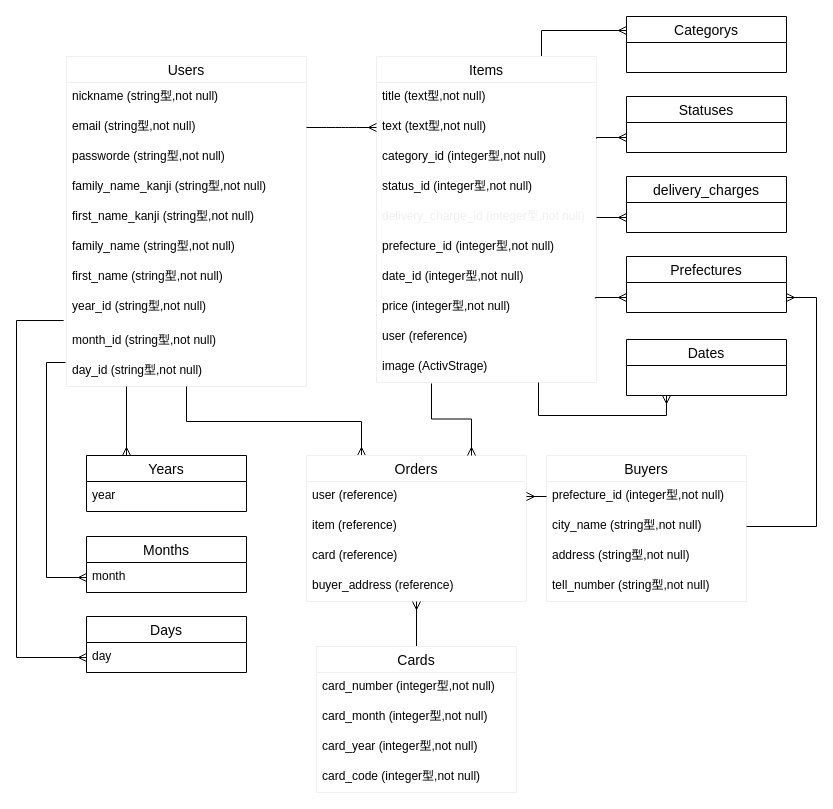
Earlier version of the draw.io diagram furima.dio (atsu-s/furima-35579). Source tidied: cells renumbered, new cells numbered last; positions are measured from the earlier drawing's top-left corner, leaving out a move shared by most shapes. Both pictures are drawn from the tidied source at 100%, with x=0, y=0 at pixel (16, 16).
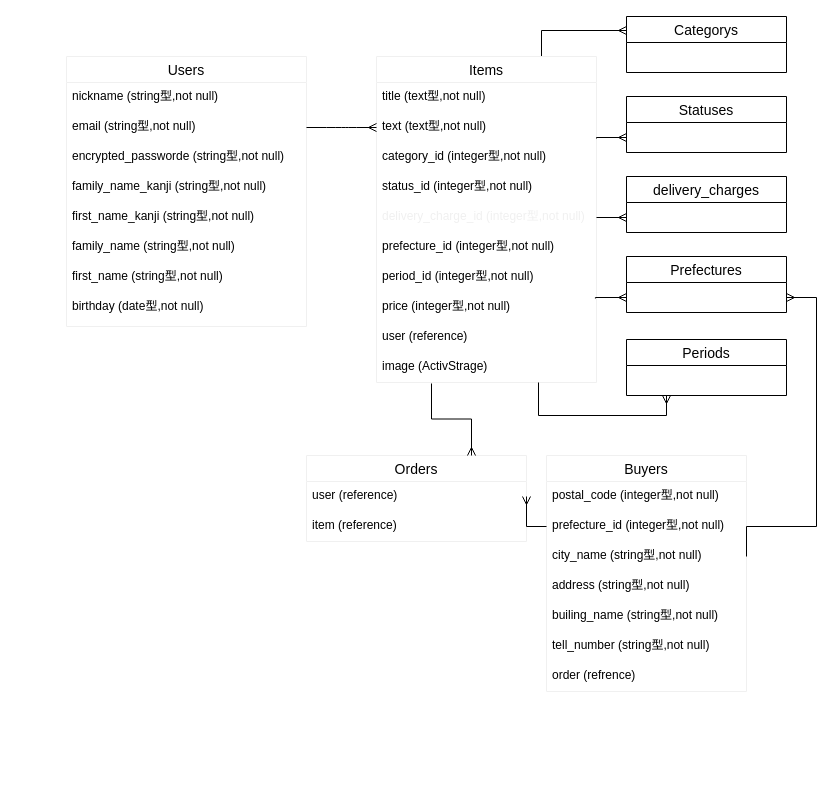
Above is the later version.

Unchanged cells that the change refers to:
```xml
<mxCell id="14" value="Items" style="swimlane;fontStyle=0;horizontal=1;startSize=26;align=center;fontSize=14;strokeColor=#f0f0f0;" parent="1" vertex="1">
  <mxGeometry x="360" y="40" width="220" height="326" as="geometry" />
</mxCell>
```

What changed in the source:
```diff
@@
     <mxCell id="2" value="Users" style="swimlane;fontStyle=0;horizontal=1;startSize=26;align=center;fontSize=14;strokeColor=#f0f0f0;" parent="1" vertex="1">
-      <mxGeometry x="50" y="40" width="240" height="330" as="geometry" />
+      <mxGeometry x="50" y="40" width="240" height="270" as="geometry" />
     </mxCell>
@@
-    <mxCell id="5" value="passworde (string型,not null)" style="text;fillColor=none;spacingLeft=4;spacingRight=4;overflow=hidden;fontSize=12;" parent="2" vertex="1">
+    <mxCell id="5" value="encrypted_passworde (string型,not null)" style="text;fillColor=none;spacingLeft=4;spacingRight=4;overflow=hidden;fontSize=12;" parent="2" vertex="1">
       <mxGeometry y="86" width="240" height="30" as="geometry" />
     </mxCell>
@@
-    <mxCell id="10" value="year_id (string型,not null)" style="text;strokeColor=none;fillColor=none;spacingLeft=4;spacingRight=4;overflow=hidden;points=[[0,0.5],[1,0.5]];portConstraint=eastwest;fontSize=12;align=left;" parent="2" vertex="1">
+    <mxCell id="10" value="birthday (date型,not null)" style="text;strokeColor=none;fillColor=none;spacingLeft=4;spacingRight=4;overflow=hidden;points=[[0,0.5],[1,0.5]];portConstraint=eastwest;fontSize=12;align=left;" parent="2" vertex="1">
       <mxGeometry y="236" width="240" height="34" as="geometry" />
     </mxCell>
-    <mxCell id="11" value="month_id (string型,not null)" style="text;strokeColor=none;fillColor=none;spacingLeft=4;spacingRight=4;overflow=hidden;fontSize=12;" parent="2" vertex="1">
-      <mxGeometry y="270" width="240" height="30" as="geometry" />
-    </mxCell>
-    <mxCell id="12" value="day_id (string型,not null)" style="text;strokeColor=none;fillColor=none;spacingLeft=4;spacingRight=4;overflow=hidden;points=[[0,0.5],[1,0.5]];portConstraint=eastwest;fontSize=12;" parent="2" vertex="1">
-      <mxGeometry y="300" width="240" height="30" as="geometry" />
-    </mxCell>
@@
-    <mxCell id="21" value="date_id (integer型,not null)" style="text;strokeColor=none;fillColor=none;spacingLeft=4;spacingRight=4;overflow=hidden;fontSize=12;" parent="14" vertex="1">
+    <mxCell id="21" value="period_id (integer型,not null)" style="text;strokeColor=none;fillColor=none;spacingLeft=4;spacingRight=4;overflow=hidden;fontSize=12;" parent="14" vertex="1">
       <mxGeometry y="206" width="220" height="30" as="geometry" />
     </mxCell>
@@
-    <mxCell id="25" style="edgeStyle=elbowEdgeStyle;rounded=0;jettySize=auto;html=1;exitX=0.25;exitY=0;exitDx=0;exitDy=0;startArrow=ERmany;startFill=0;endArrow=none;endFill=0;" parent="1" edge="1" source="26" target="12">
-      <mxGeometry relative="1" as="geometry" />
-    </mxCell>
     <mxCell id="26" value="Orders" style="swimlane;fontStyle=0;horizontal=1;startSize=26;align=center;fontSize=14;strokeColor=#f0f0f0;" parent="1" vertex="1">
-      <mxGeometry x="290" y="439" width="220" height="146" as="geometry" />
+      <mxGeometry x="290" y="439" width="220" height="86" as="geometry" />
     </mxCell>
@@
-    <mxCell id="29" value="card (reference)" style="text;strokeColor=none;fillColor=none;spacingLeft=4;spacingRight=4;overflow=hidden;fontSize=12;align=left;" parent="26" vertex="1">
-      <mxGeometry y="86" width="220" height="30" as="geometry" />
-    </mxCell>
-    <mxCell id="30" value="buyer_address (reference)" style="text;strokeColor=none;fillColor=none;spacingLeft=4;spacingRight=4;overflow=hidden;points=[[0,0.5],[1,0.5]];portConstraint=eastwest;fontSize=12;align=left;" parent="26" vertex="1">
-      <mxGeometry y="116" width="220" height="30" as="geometry" />
-    </mxCell>
@@
     <mxCell id="33" value="Buyers" style="swimlane;fontStyle=0;horizontal=1;startSize=26;align=center;fontSize=14;strokeColor=#f0f0f0;" parent="1" vertex="1">
-      <mxGeometry x="530" y="439" width="200" height="146" as="geometry" />
+      <mxGeometry x="530" y="439" width="200" height="236" as="geometry" />
     </mxCell>
+    <mxCell id="25" value="postal_code (integer型,not null)" style="text;strokeColor=none;fillColor=none;spacingLeft=4;spacingRight=4;overflow=hidden;fontSize=12;" parent="33" vertex="1">
+      <mxGeometry y="26" width="200" height="30" as="geometry" />
+    </mxCell>
     <mxCell id="34" value="prefecture_id (integer型,not null)" style="text;strokeColor=none;fillColor=none;spacingLeft=4;spacingRight=4;overflow=hidden;points=[[0,0.5],[1,0.5]];portConstraint=eastwest;fontSize=12;" parent="33" vertex="1">
-      <mxGeometry y="26" width="200" height="30" as="geometry" />
+      <mxGeometry y="56" width="200" height="30" as="geometry" />
     </mxCell>
     <mxCell id="35" value="city_name (string型,not null)" style="text;strokeColor=none;fillColor=none;spacingLeft=4;spacingRight=4;overflow=hidden;points=[[0,0.5],[1,0.5]];portConstraint=eastwest;fontSize=12;" parent="33" vertex="1">
-      <mxGeometry y="56" width="200" height="30" as="geometry" />
+      <mxGeometry y="86" width="200" height="30" as="geometry" />
     </mxCell>
     <mxCell id="36" value="address (string型,not null)" style="text;strokeColor=none;fillColor=none;spacingLeft=4;spacingRight=4;overflow=hidden;fontSize=12;" parent="33" vertex="1">
-      <mxGeometry y="86" width="200" height="30" as="geometry" />
+      <mxGeometry y="116" width="200" height="30" as="geometry" />
     </mxCell>
+    <mxCell id="64" value="builing_name (string型,not null)" style="text;strokeColor=none;fillColor=none;spacingLeft=4;spacingRight=4;overflow=hidden;fontSize=12;" parent="33" vertex="1">
+      <mxGeometry y="146" width="200" height="30" as="geometry" />
+    </mxCell>
     <mxCell id="37" value="tell_number (string型,not null)" style="text;strokeColor=none;fillColor=none;spacingLeft=4;spacingRight=4;overflow=hidden;fontSize=12;align=left;" parent="33" vertex="1">
-      <mxGeometry y="116" width="200" height="30" as="geometry" />
+      <mxGeometry y="176" width="200" height="30" as="geometry" />
     </mxCell>
-    <mxCell id="38" style="edgeStyle=none;rounded=0;jettySize=auto;html=1;exitX=0.5;exitY=0;exitDx=0;exitDy=0;startArrow=none;startFill=0;endArrow=ERmany;endFill=0;" parent="1" edge="1" source="39" target="30">
-      <mxGeometry relative="1" as="geometry" />
-    </mxCell>
-    <mxCell id="39" value="Cards" style="swimlane;fontStyle=0;horizontal=1;startSize=26;align=center;fontSize=14;strokeColor=#f0f0f0;" parent="1" vertex="1">
-      <mxGeometry x="300" y="630" width="200" height="146" as="geometry" />
-    </mxCell>
-    <mxCell id="40" value="card_number (integer型,not null)" style="text;strokeColor=none;fillColor=none;spacingLeft=4;spacingRight=4;overflow=hidden;fontSize=12;align=left;" parent="39" vertex="1">
-      <mxGeometry y="26" width="200" height="30" as="geometry" />
-    </mxCell>
-    <mxCell id="41" value="card_month (integer型,not null)" style="text;strokeColor=none;fillColor=none;spacingLeft=4;spacingRight=4;overflow=hidden;fontSize=12;" parent="39" vertex="1">
-      <mxGeometry y="56" width="200" height="30" as="geometry" />
-    </mxCell>
-    <mxCell id="42" value="card_year (integer型,not null)" style="text;strokeColor=none;fillColor=none;spacingLeft=4;spacingRight=4;overflow=hidden;fontSize=12;" parent="39" vertex="1">
-      <mxGeometry y="86" width="200" height="30" as="geometry" />
-    </mxCell>
-    <mxCell id="43" value="card_code (integer型,not null)" style="text;strokeColor=none;fillColor=none;spacingLeft=4;spacingRight=4;overflow=hidden;fontSize=12;" parent="39" vertex="1">
-      <mxGeometry y="116" width="200" height="30" as="geometry" />
-    </mxCell>
+    <mxCell id="65" value="order (refrence)" style="text;strokeColor=none;fillColor=none;spacingLeft=4;spacingRight=4;overflow=hidden;fontSize=12;" parent="33" vertex="1">
+      <mxGeometry y="206" width="200" height="30" as="geometry" />
+    </mxCell>
@@
-    <mxCell id="50" value="Dates" style="swimlane;fontStyle=0;horizontal=1;startSize=26;align=center;fontSize=14;" parent="1" vertex="1">
+    <mxCell id="50" value="Periods" style="swimlane;fontStyle=0;horizontal=1;startSize=26;align=center;fontSize=14;" parent="1" vertex="1">
       <mxGeometry x="610" y="323" width="160" height="56" as="geometry" />
     </mxCell>
@@
-    <mxCell id="55" style="edgeStyle=none;rounded=0;jettySize=auto;html=1;exitX=0.25;exitY=0;exitDx=0;exitDy=0;startArrow=ERmany;startFill=0;endArrow=none;endFill=0;" parent="1" edge="1" source="56">
-      <mxGeometry relative="1" as="geometry">
-        <mxPoint x="110" y="370" as="targetPoint" />
-      </mxGeometry>
-    </mxCell>
-    <mxCell id="56" value="Years" style="swimlane;fontStyle=0;horizontal=1;startSize=26;align=center;fontSize=14;" parent="1" vertex="1">
-      <mxGeometry x="70" y="439" width="160" height="56" as="geometry" />
-    </mxCell>
-    <mxCell id="57" value="year" style="text;strokeColor=none;fillColor=none;spacingLeft=4;spacingRight=4;overflow=hidden;fontSize=12;" parent="56" vertex="1">
-      <mxGeometry y="26" width="160" height="30" as="geometry" />
-    </mxCell>
-    <mxCell id="58" value="Months" style="swimlane;fontStyle=0;horizontal=1;startSize=26;align=center;fontSize=14;" parent="1" vertex="1">
-      <mxGeometry x="70" y="520" width="160" height="56" as="geometry" />
-    </mxCell>
-    <mxCell id="59" value="month" style="text;strokeColor=none;fillColor=none;spacingLeft=4;spacingRight=4;overflow=hidden;points=[[0,0.5],[1,0.5]];portConstraint=eastwest;fontSize=12;" parent="58" vertex="1">
-      <mxGeometry y="26" width="160" height="30" as="geometry" />
-    </mxCell>
-    <mxCell id="60" value="Days" style="swimlane;fontStyle=0;horizontal=1;startSize=26;align=center;fontSize=14;" parent="1" vertex="1">
-      <mxGeometry x="70" y="600" width="160" height="56" as="geometry" />
-    </mxCell>
-    <mxCell id="61" value="day" style="text;strokeColor=none;fillColor=none;spacingLeft=4;spacingRight=4;overflow=hidden;points=[[0,0.5],[1,0.5]];portConstraint=eastwest;fontSize=12;" parent="60" vertex="1">
-      <mxGeometry y="26" width="160" height="30" as="geometry" />
-    </mxCell>
-    <mxCell id="62" style="edgeStyle=elbowEdgeStyle;rounded=0;jettySize=auto;html=1;exitX=0;exitY=0.5;exitDx=0;exitDy=0;startArrow=ERmany;startFill=0;endArrow=none;endFill=0;entryX=-0.004;entryY=0.2;entryDx=0;entryDy=0;entryPerimeter=0;" parent="1" edge="1" source="59" target="12">
-      <mxGeometry relative="1" as="geometry">
-        <Array as="points">
-          <mxPoint x="30" y="460" />
-        </Array>
-      </mxGeometry>
-    </mxCell>
-    <mxCell id="63" style="edgeStyle=elbowEdgeStyle;rounded=0;jettySize=auto;html=1;exitX=0;exitY=0.5;exitDx=0;exitDy=0;startArrow=ERmany;startFill=0;endArrow=none;endFill=0;entryX=-0.012;entryY=0.824;entryDx=0;entryDy=0;entryPerimeter=0;" parent="1" edge="1" source="61" target="10">
-      <mxGeometry relative="1" as="geometry">
-        <Array as="points">
-          <mxPoint y="480" />
-        </Array>
-      </mxGeometry>
-    </mxCell>
```
